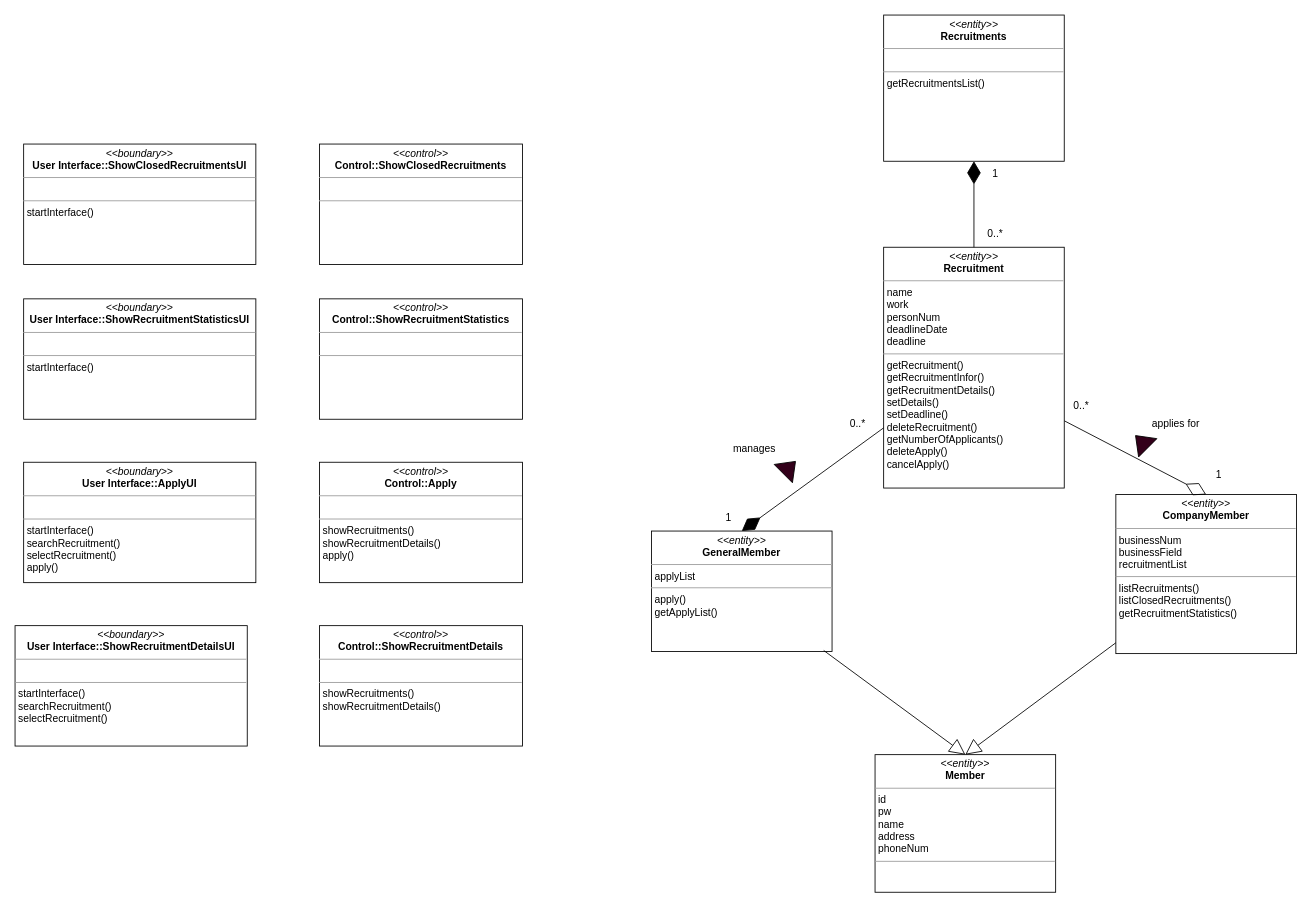
This is page "클래스다이어그램" (5 of 6) of B811216_황태환/황태환_클래스다이어그램+ucd 추가.drawio from FinancialWorld16/SE_TEAM, a draw.io file, before an edit. Source tidied: cells renumbered, new cells numbered last; positions are measured from the earlier drawing's top-left corner, leaving out a move shared by most shapes. Both pictures are drawn from the tidied source at 86%, with x=0, y=0 at pixel (15, 15).
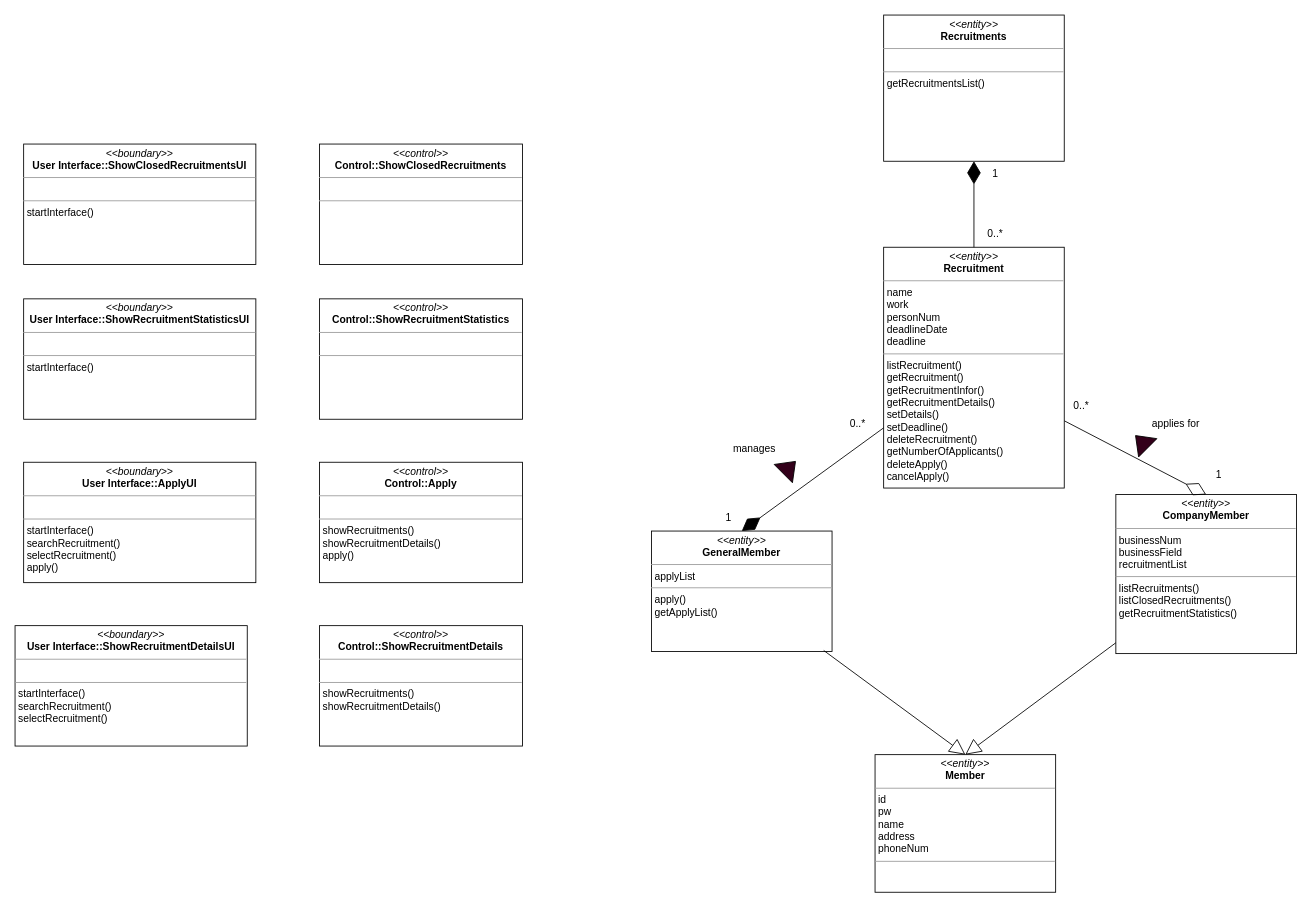
Above is the later version.

Diff of the diagram source:
```diff
@@
-    <mxCell id="11" value="&lt;p style=&quot;margin:0px;margin-top:4px;text-align:center;&quot;&gt;&lt;i&gt;&amp;lt;&amp;lt;entity&amp;gt;&amp;gt;&lt;/i&gt;&lt;br&gt;&lt;b&gt;Recruitment&lt;/b&gt;&lt;/p&gt;&lt;hr size=&quot;1&quot;&gt;&lt;p style=&quot;margin:0px;margin-left:4px;&quot;&gt;name&lt;/p&gt;&lt;p style=&quot;margin:0px;margin-left:4px;&quot;&gt;work&lt;/p&gt;&lt;p style=&quot;margin:0px;margin-left:4px;&quot;&gt;personNum&lt;/p&gt;&lt;p style=&quot;margin:0px;margin-left:4px;&quot;&gt;deadlineDate&lt;/p&gt;&lt;p style=&quot;margin:0px;margin-left:4px;&quot;&gt;deadline&lt;/p&gt;&lt;hr size=&quot;1&quot;&gt;&lt;p style=&quot;margin:0px;margin-left:4px;&quot;&gt;getRecruitment()&lt;/p&gt;&lt;p style=&quot;margin:0px;margin-left:4px;&quot;&gt;getRecruitmentInfor()&lt;/p&gt;&lt;p style=&quot;margin:0px;margin-left:4px;&quot;&gt;getRecruitmentDetails()&lt;/p&gt;&lt;p style=&quot;margin:0px;margin-left:4px;&quot;&gt;setDetails()&lt;/p&gt;&lt;p style=&quot;margin:0px;margin-left:4px;&quot;&gt;setDeadline()&lt;/p&gt;&lt;p style=&quot;margin:0px;margin-left:4px;&quot;&gt;deleteRecruitment()&lt;/p&gt;&lt;p style=&quot;margin:0px;margin-left:4px;&quot;&gt;getNumberOfApplicants()&lt;/p&gt;&lt;p style=&quot;margin:0px;margin-left:4px;&quot;&gt;deleteApply()&lt;/p&gt;&lt;p style=&quot;margin:0px;margin-left:4px;&quot;&gt;cancelApply()&lt;/p&gt;" style="verticalAlign=top;align=left;overflow=fill;fontSize=12;fontFamily=Helvetica;html=1;" parent="1" vertex="1">
+    <mxCell id="11" value="&lt;p style=&quot;margin:0px;margin-top:4px;text-align:center;&quot;&gt;&lt;i&gt;&amp;lt;&amp;lt;entity&amp;gt;&amp;gt;&lt;/i&gt;&lt;br&gt;&lt;b&gt;Recruitment&lt;/b&gt;&lt;/p&gt;&lt;hr size=&quot;1&quot;&gt;&lt;p style=&quot;margin:0px;margin-left:4px;&quot;&gt;name&lt;/p&gt;&lt;p style=&quot;margin:0px;margin-left:4px;&quot;&gt;work&lt;/p&gt;&lt;p style=&quot;margin:0px;margin-left:4px;&quot;&gt;personNum&lt;/p&gt;&lt;p style=&quot;margin:0px;margin-left:4px;&quot;&gt;deadlineDate&lt;/p&gt;&lt;p style=&quot;margin:0px;margin-left:4px;&quot;&gt;deadline&lt;/p&gt;&lt;hr size=&quot;1&quot;&gt;&lt;p style=&quot;margin:0px;margin-left:4px;&quot;&gt;listRecruitment()&lt;/p&gt;&lt;p style=&quot;margin:0px;margin-left:4px;&quot;&gt;getRecruitment()&lt;/p&gt;&lt;p style=&quot;margin:0px;margin-left:4px;&quot;&gt;getRecruitmentInfor()&lt;/p&gt;&lt;p style=&quot;margin:0px;margin-left:4px;&quot;&gt;getRecruitmentDetails()&lt;/p&gt;&lt;p style=&quot;margin:0px;margin-left:4px;&quot;&gt;setDetails()&lt;/p&gt;&lt;p style=&quot;margin:0px;margin-left:4px;&quot;&gt;setDeadline()&lt;/p&gt;&lt;p style=&quot;margin:0px;margin-left:4px;&quot;&gt;deleteRecruitment()&lt;/p&gt;&lt;p style=&quot;margin:0px;margin-left:4px;&quot;&gt;getNumberOfApplicants()&lt;/p&gt;&lt;p style=&quot;margin:0px;margin-left:4px;&quot;&gt;deleteApply()&lt;/p&gt;&lt;p style=&quot;margin:0px;margin-left:4px;&quot;&gt;cancelApply()&lt;/p&gt;" style="verticalAlign=top;align=left;overflow=fill;fontSize=12;fontFamily=Helvetica;html=1;" parent="1" vertex="1">
       <mxGeometry x="1010" y="270" width="210" height="280" as="geometry" />
     </mxCell>
```
